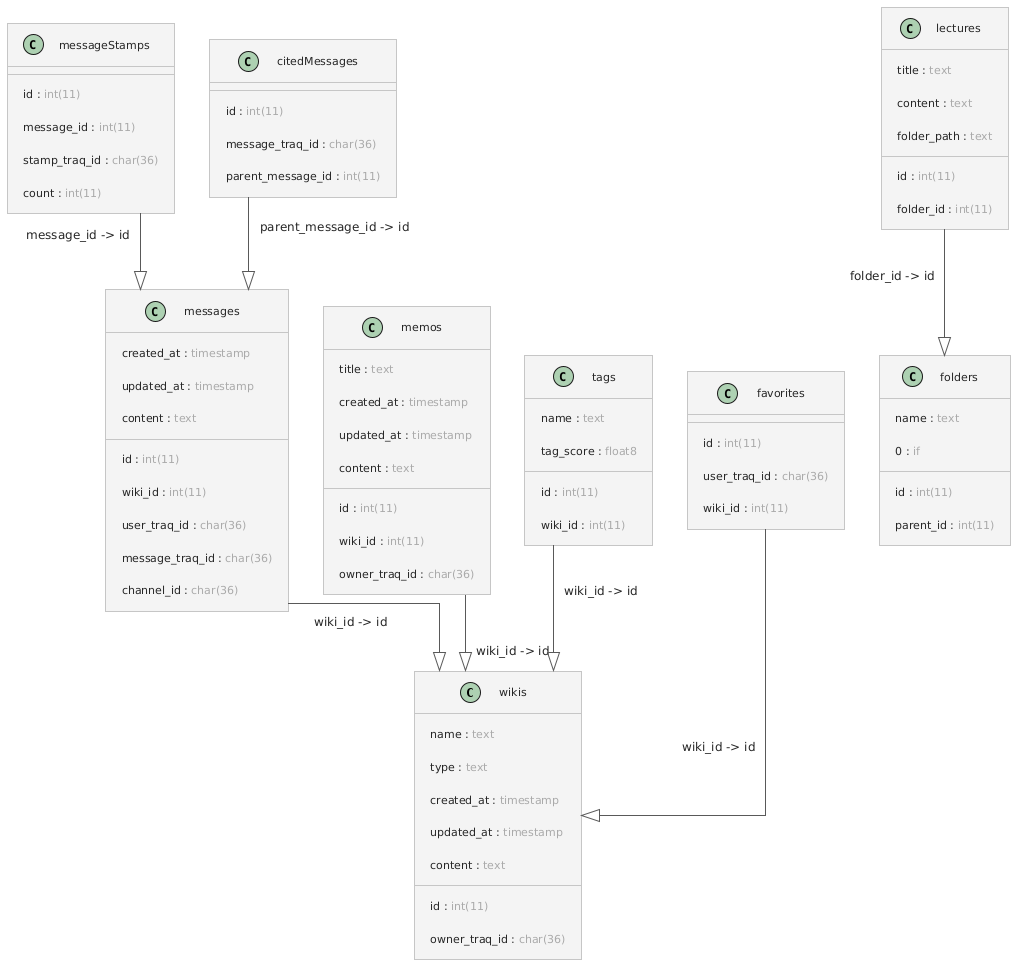
Earlier version of the PlantUML export docs/dbschema.png (traP-jp/quickwiki-backend). Source of this version:
```plantuml
@startuml
!theme carbon-gray
top to bottom direction
skinparam linetype ortho

class wikis {
  id : <color:#aaaaaa>int(11)</color>
  name : <color:#aaaaaa>text</color>
  type : <color:#aaaaaa>text</color>
  created_at : <color:#aaaaaa>timestamp</color>
  updated_at : <color:#aaaaaa>timestamp</color>
  owner_traq_id : <color:#aaaaaa>char(36)</color>
  content : <color:#aaaaaa>text</color>
}
class messages {
  id : <color:#aaaaaa>int(11)</color>
  wiki_id : <color:#aaaaaa>int(11)</color>
  created_at : <color:#aaaaaa>timestamp</color>
  updated_at : <color:#aaaaaa>timestamp</color>
  user_traq_id : <color:#aaaaaa>char(36)</color>
  message_traq_id : <color:#aaaaaa>char(36)</color>
  channel_id : <color:#aaaaaa>char(36)</color>
  content : <color:#aaaaaa>text</color>
}
class messageStamps {
  id : <color:#aaaaaa>int(11)</color>
  message_id : <color:#aaaaaa>int(11)</color>
  stamp_traq_id : <color:#aaaaaa>char(36)</color>
  count : <color:#aaaaaa>int(11)</color>
}
class citedMessages {
  id : <color:#aaaaaa>int(11)</color>
  message_traq_id : <color:#aaaaaa>char(36)</color>
  parent_message_id : <color:#aaaaaa>int(11)</color>
}
class memos {
  id : <color:#aaaaaa>int(11)</color>
  wiki_id : <color:#aaaaaa>int(11)</color>
  title : <color:#aaaaaa>text</color>
  created_at : <color:#aaaaaa>timestamp</color>
  updated_at : <color:#aaaaaa>timestamp</color>
  owner_traq_id : <color:#aaaaaa>char(36)</color>
  content : <color:#aaaaaa>text</color>
}
class tags {
  id : <color:#aaaaaa>int(11)</color>
  wiki_id : <color:#aaaaaa>int(11)</color>
  name : <color:#aaaaaa>text</color>
  tag_score : <color:#aaaaaa>float8</color>
}
class lectures {
  id : <color:#aaaaaa>int(11)</color>
  title : <color:#aaaaaa>text</color>
  content : <color:#aaaaaa>text</color>
  folder_id : <color:#aaaaaa>int(11)</color>
  folder_path : <color:#aaaaaa>text</color>
}
class folders {
  id : <color:#aaaaaa>int(11)</color>
  name : <color:#aaaaaa>text</color>
  parent_id : <color:#aaaaaa>int(11)</color>
  0 : <color:#aaaaaa>if</color>
}
class favorites {
  id : <color:#aaaaaa>int(11)</color>
  user_traq_id : <color:#aaaaaa>char(36)</color>
  wiki_id : <color:#aaaaaa>int(11)</color>
}
messages -[#595959,plain]-^ wikis : wiki_id -> id
messageStamps -[#595959,plain]-^ messages : message_id -> id
citedMessages -[#595959,plain]-^ messages : parent_message_id -> id
memos -[#595959,plain]-^ wikis : wiki_id -> id
tags -[#595959,plain]-^ wikis : wiki_id -> id
lectures -[#595959,plain]-^ folders : folder_id -> id
favorites -[#595959,plain]-^ wikis : wiki_id -> id
@enduml
```
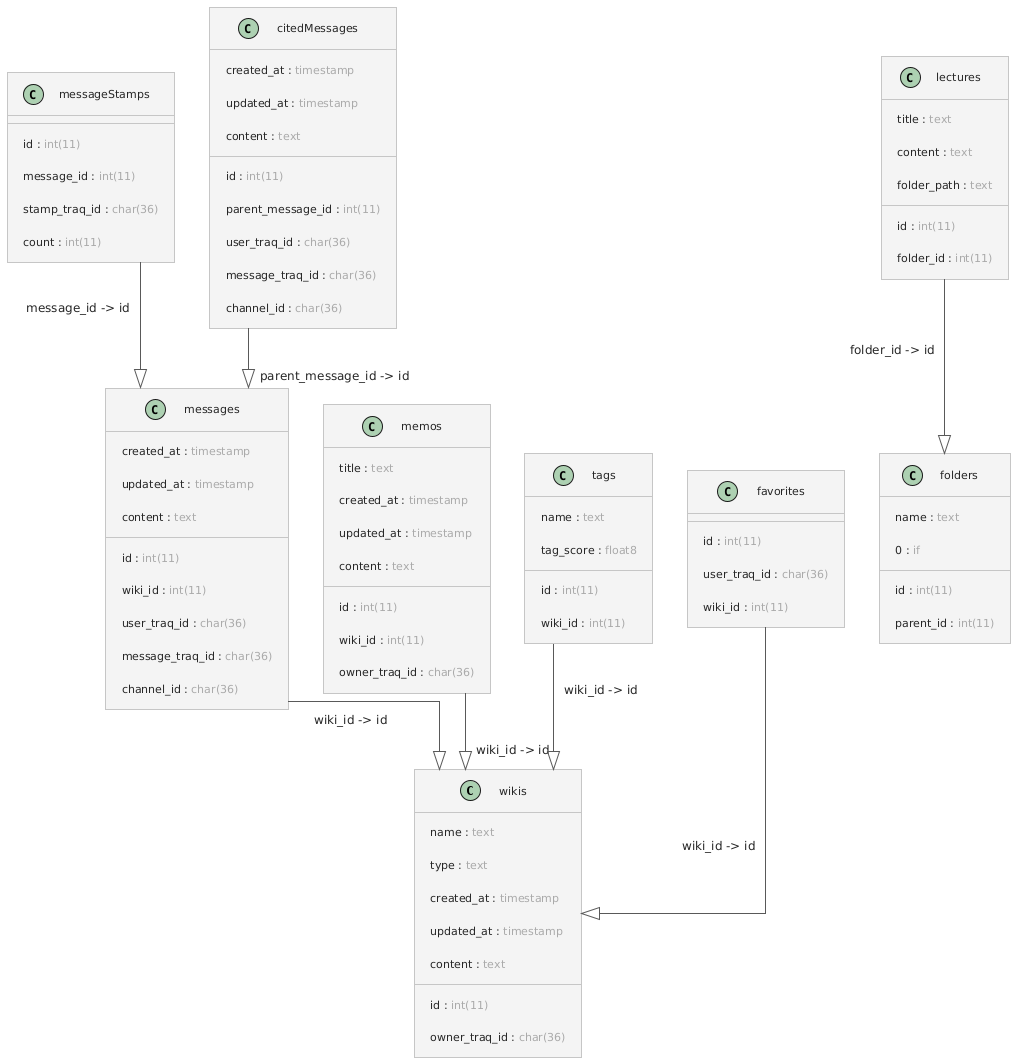
Later version of the same file.

What changed in the source:
```diff
@@ -30,8 +30,13 @@
 }
 class citedMessages {
   id : <color:#aaaaaa>int(11)</color>
+  parent_message_id : <color:#aaaaaa>int(11)</color>
+  created_at : <color:#aaaaaa>timestamp</color>
+  updated_at : <color:#aaaaaa>timestamp</color>
+  user_traq_id : <color:#aaaaaa>char(36)</color>
   message_traq_id : <color:#aaaaaa>char(36)</color>
-  parent_message_id : <color:#aaaaaa>int(11)</color>
+  channel_id : <color:#aaaaaa>char(36)</color>
+  content : <color:#aaaaaa>text</color>
 }
 class memos {
   id : <color:#aaaaaa>int(11)</color>
@@ -48,18 +53,18 @@
   name : <color:#aaaaaa>text</color>
   tag_score : <color:#aaaaaa>float8</color>
 }
+class folders {
+  id : <color:#aaaaaa>int(11)</color>
+  name : <color:#aaaaaa>text</color>
+  parent_id : <color:#aaaaaa>int(11)</color>
+  0 : <color:#aaaaaa>if</color>
+}
 class lectures {
   id : <color:#aaaaaa>int(11)</color>
   title : <color:#aaaaaa>text</color>
   content : <color:#aaaaaa>text</color>
   folder_id : <color:#aaaaaa>int(11)</color>
   folder_path : <color:#aaaaaa>text</color>
-}
-class folders {
-  id : <color:#aaaaaa>int(11)</color>
-  name : <color:#aaaaaa>text</color>
-  parent_id : <color:#aaaaaa>int(11)</color>
-  0 : <color:#aaaaaa>if</color>
 }
 class favorites {
   id : <color:#aaaaaa>int(11)</color>
```
